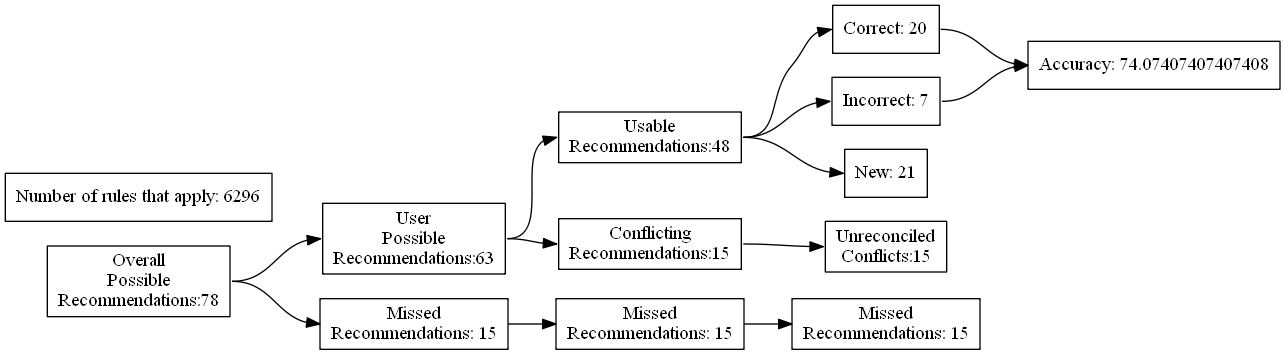
Earlier version of the Graphviz export test_renders/55.gv.png (ZaxR/ibd_diet_analysis). Its source is kept beside it as test_renders/55.gv.
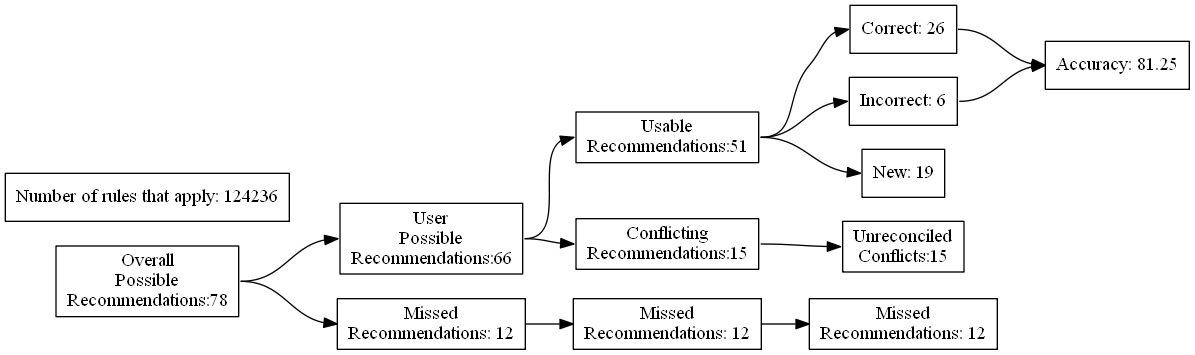
The same diagram one commit later.

Change to the diagram source:
```diff
@@ -7,24 +7,24 @@
 Recommendations:78"]
 		B [label="User
 Possible
-Recommendations:63"]
+Recommendations:66"]
 		C [label="Missed
-Recommendations: 15"]
+Recommendations: 12"]
 		D [label="Usable
-Recommendations:48"]
+Recommendations:51"]
 		E [label="Conflicting
 Recommendations:15"]
 		J [label="Missed
-Recommendations: 15"]
+Recommendations: 12"]
 		M [label="Unreconciled
 Conflicts:15"]
-		F [label="Correct: 20"]
-		G [label="Incorrect: 7"]
-		H [label="New: 21"]
+		F [label="Correct: 26"]
+		G [label="Incorrect: 6"]
+		H [label="New: 19"]
 		K [label="Missed
-Recommendations: 15"]
-		I [label="Accuracy: 74.07407407407408"]
-		l [label="Number of rules that apply: 6296"]
+Recommendations: 12"]
+		I [label="Accuracy: 81.25"]
+		l [label="Number of rules that apply: 124236"]
 			A -> B
 			A -> C
 			B -> D
```
